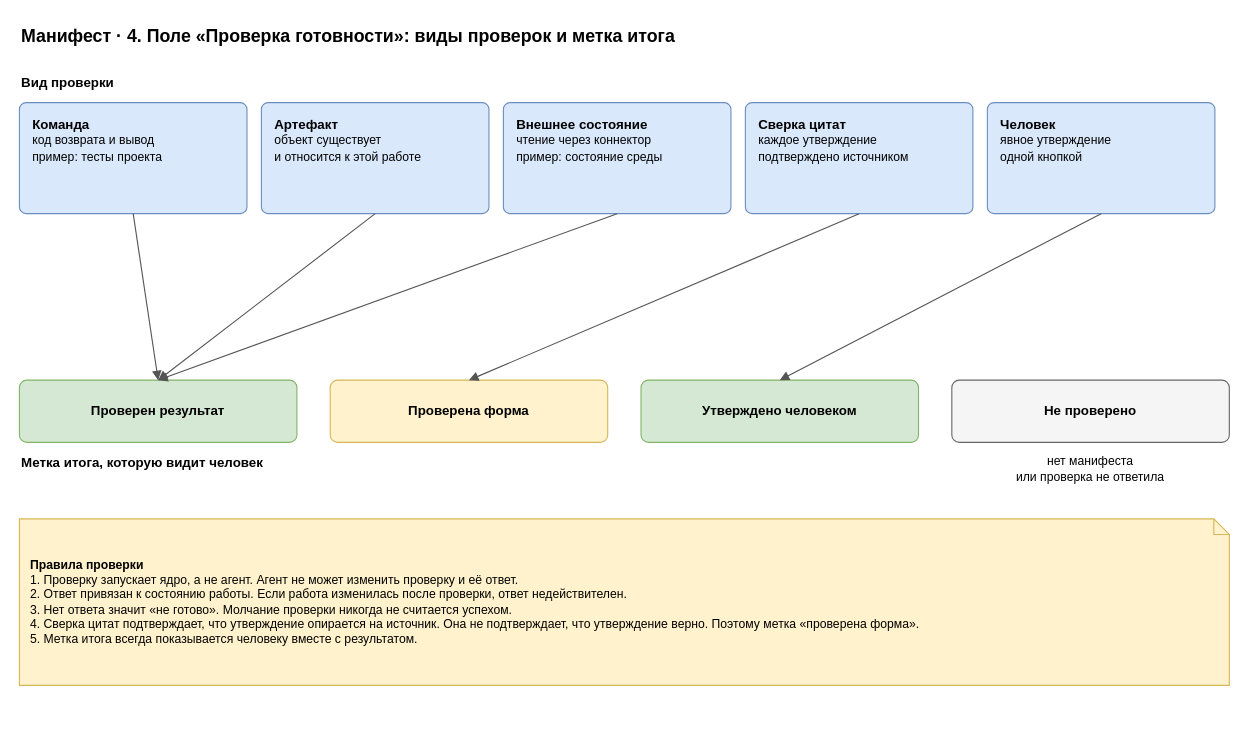
roygkov/reins keeps this draw.io diagram as page "4. Проверка готовности" (4 of 7) of docs/spec/harness-manifest.drawio. Above is the earlier version. Source tidied: cells renumbered, new cells numbered last; positions are measured from the earlier drawing's top-left corner, leaving out a move shared by most shapes. Both pictures are drawn from the tidied source at 111%, with x=0, y=0 at pixel (19, 19).
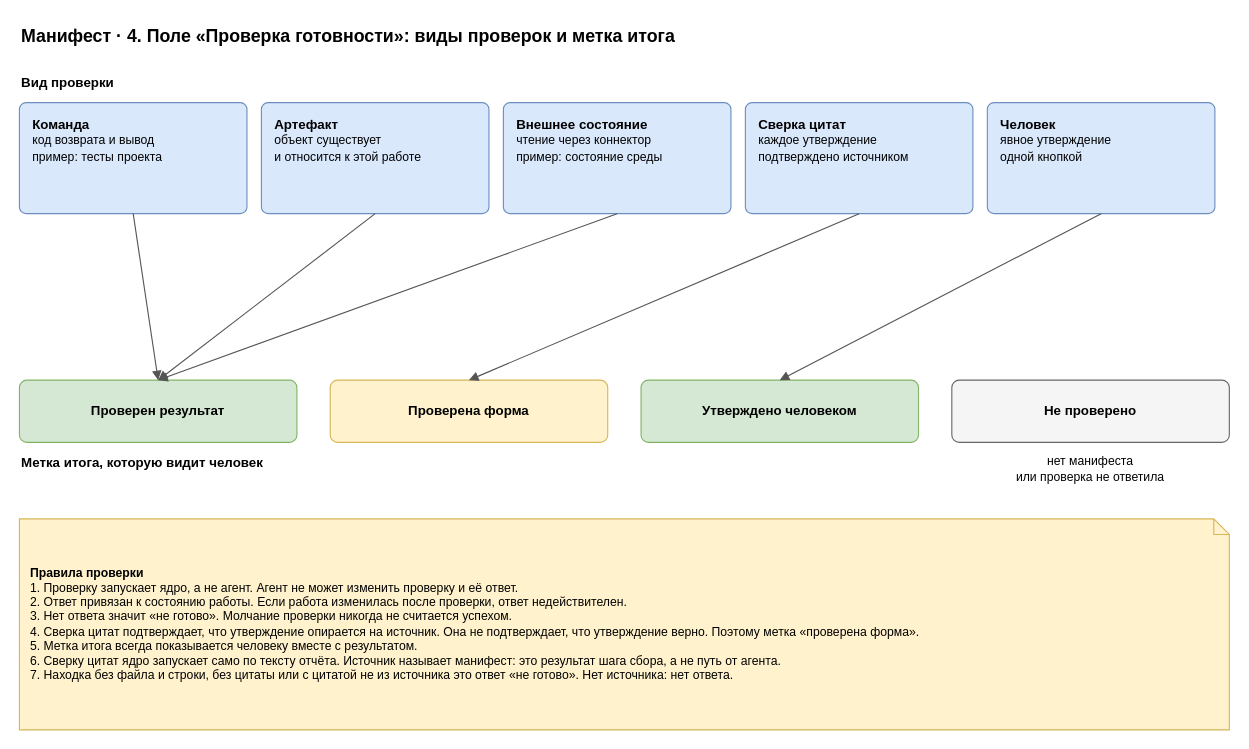
Above is the later version.

Change to the diagram source:
```diff
@@
-    <mxCell id="20" value="&lt;b&gt;Правила проверки&lt;/b&gt;&lt;br&gt;1. Проверку запускает ядро, а не агент. Агент не может изменить проверку и её ответ.&lt;br&gt;2. Ответ привязан к состоянию работы. Если работа изменилась после проверки, ответ недействителен.&lt;br&gt;3. Нет ответа значит «не готово». Молчание проверки никогда не считается успехом.&lt;br&gt;4. Сверка цитат подтверждает, что утверждение опирается на источник. Она не подтверждает, что утверждение верно. Поэтому метка «проверена форма».&lt;br&gt;5. Метка итога всегда показывается человеку вместе с результатом." style="shape=note;whiteSpace=wrap;html=1;backgroundOutline=1;size=14;fillColor=#fff2cc;strokeColor=#d6b656;align=left;spacingLeft=8;spacingRight=8;fontSize=11;" parent="1" vertex="1">
-      <mxGeometry y="450" width="1090" height="150" as="geometry" />
+    <mxCell id="20" value="&lt;b&gt;Правила проверки&lt;/b&gt;&lt;br&gt;1. Проверку запускает ядро, а не агент. Агент не может изменить проверку и её ответ.&lt;br&gt;2. Ответ привязан к состоянию работы. Если работа изменилась после проверки, ответ недействителен.&lt;br&gt;3. Нет ответа значит «не готово». Молчание проверки никогда не считается успехом.&lt;br&gt;4. Сверка цитат подтверждает, что утверждение опирается на источник. Она не подтверждает, что утверждение верно. Поэтому метка «проверена форма».&lt;br&gt;5. Метка итога всегда показывается человеку вместе с результатом.&lt;br&gt;6. Сверку цитат ядро запускает само по тексту отчёта. Источник называет манифест: это результат шага сбора, а не путь от агента.&lt;br&gt;7. Находка без файла и строки, без цитаты или с цитатой не из источника это ответ «не готово». Нет источника: нет ответа." style="shape=note;whiteSpace=wrap;html=1;backgroundOutline=1;size=14;fillColor=#fff2cc;strokeColor=#d6b656;align=left;spacingLeft=8;spacingRight=8;fontSize=11;" parent="1" vertex="1">
+      <mxGeometry y="450" width="1090" height="190" as="geometry" />
     </mxCell>
```
